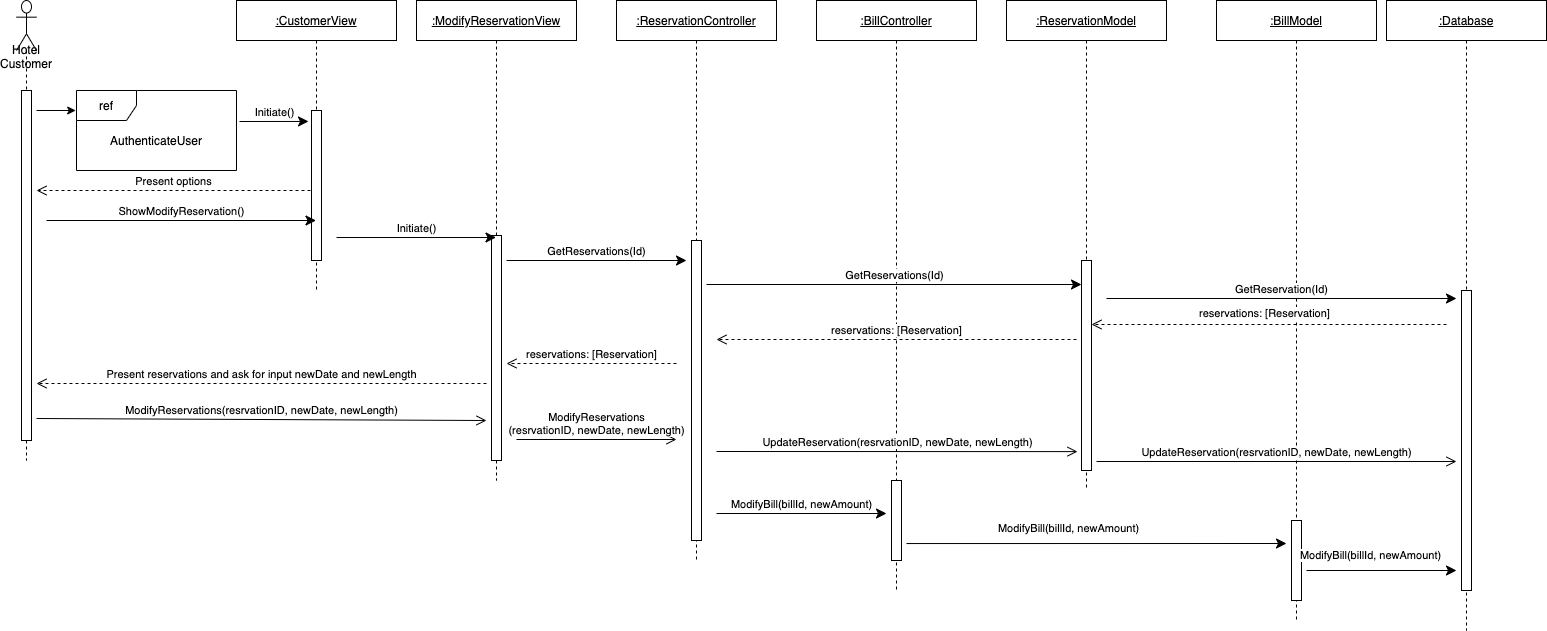
Before: Diagrams/Sequence/CustomerModifyReservation.png, a diagram exported from draw.io (mclhtay/CS4471). Source tidied: cells renumbered, new cells last; positions are measured from the earlier drawing's top-left corner, leaving out a move shared by most shapes.
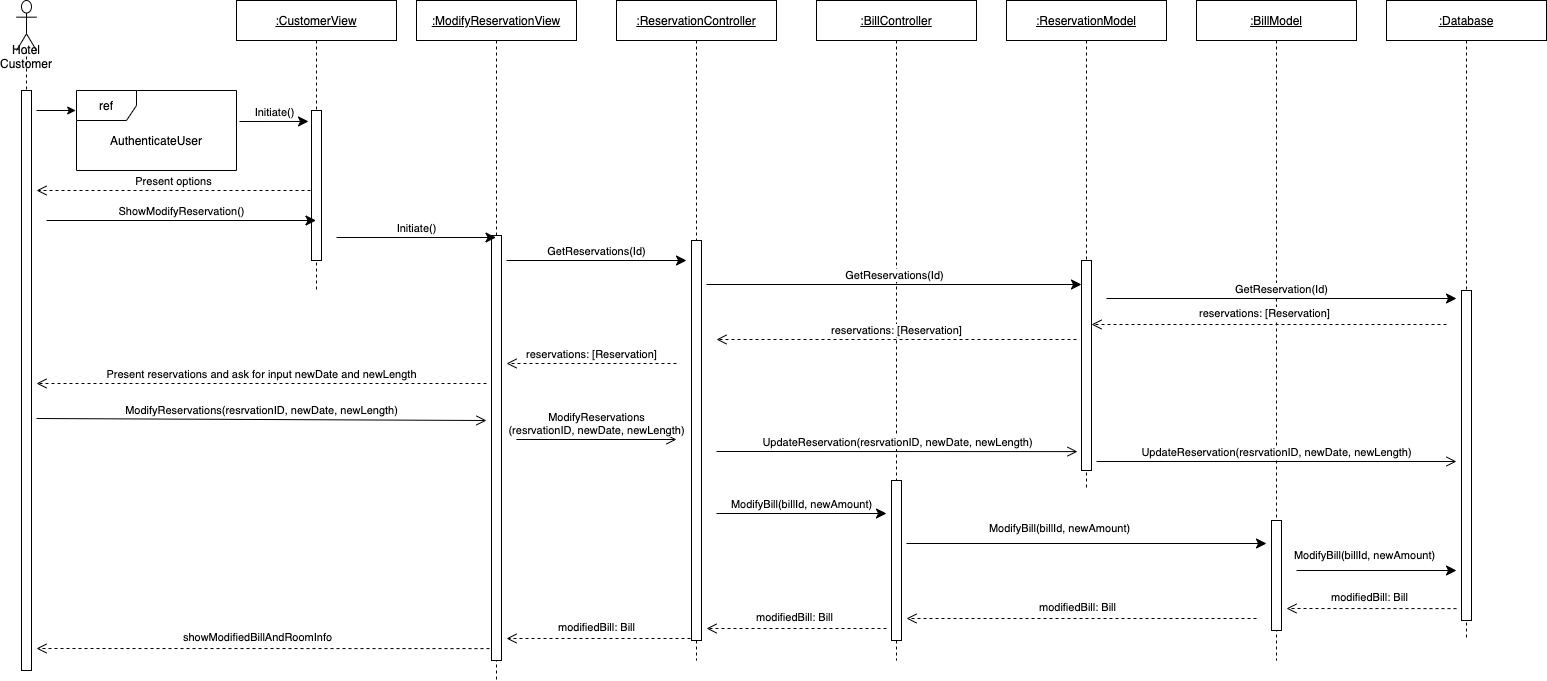
The same diagram one commit later.

Change to the diagram source:
```diff
@@ -3,28 +3,28 @@
     <mxCell id="0" />
     <mxCell id="1" parent="0" />
     <mxCell id="2" value="Hotel Customer" style="shape=umlLifeline;participant=umlActor;perimeter=lifelinePerimeter;whiteSpace=wrap;html=1;verticalAlign=top;spacingTop=36;size=50;" parent="1" vertex="1">
-      <mxGeometry width="20" height="460" as="geometry" />
+      <mxGeometry width="20" height="670" as="geometry" />
     </mxCell>
     <mxCell id="3" style="html=1;perimeter=orthogonalPerimeter;" parent="2" vertex="1">
-      <mxGeometry x="5" y="90" width="10" height="350" as="geometry" />
+      <mxGeometry x="5" y="90" width="10" height="580" as="geometry" />
     </mxCell>
     <mxCell id="4" value="&lt;u&gt;:ModifyReservationView&lt;/u&gt;" style="shape=umlLifeline;perimeter=lifelinePerimeter;whiteSpace=wrap;html=1;outlineConnect=0;" parent="1" vertex="1">
-      <mxGeometry x="400" width="160" height="480" as="geometry" />
+      <mxGeometry x="400" width="160" height="680" as="geometry" />
     </mxCell>
     <mxCell id="5" style="html=1;points=[];perimeter=orthogonalPerimeter;" parent="4" vertex="1">
-      <mxGeometry x="75" y="235" width="10" height="225" as="geometry" />
+      <mxGeometry x="75" y="235" width="10" height="425" as="geometry" />
     </mxCell>
     <mxCell id="6" value="&lt;u&gt;:BillController&lt;/u&gt;" style="shape=umlLifeline;perimeter=lifelinePerimeter;whiteSpace=wrap;html=1;" parent="1" vertex="1">
-      <mxGeometry x="800" width="160" height="590" as="geometry" />
+      <mxGeometry x="800" width="160" height="660" as="geometry" />
     </mxCell>
     <mxCell id="7" style="html=1;points=[];perimeter=orthogonalPerimeter;" parent="6" vertex="1">
-      <mxGeometry x="75" y="480" width="10" height="80" as="geometry" />
+      <mxGeometry x="75" y="480" width="10" height="160" as="geometry" />
     </mxCell>
     <mxCell id="8" value="&lt;u&gt;:Database&lt;/u&gt;" style="shape=umlLifeline;perimeter=lifelinePerimeter;whiteSpace=wrap;html=1;" parent="1" vertex="1">
-      <mxGeometry x="1370" width="160" height="630" as="geometry" />
+      <mxGeometry x="1370" width="160" height="640" as="geometry" />
     </mxCell>
     <mxCell id="9" style="html=1;points=[];perimeter=orthogonalPerimeter;" parent="8" vertex="1">
-      <mxGeometry x="75" y="290" width="10" height="300" as="geometry" />
+      <mxGeometry x="75" y="290" width="10" height="330" as="geometry" />
     </mxCell>
     <mxCell id="10" value="Initiate()" style="html=1;verticalAlign=bottom;endArrow=classic;endSize=8;endFill=1;entryX=-0.3;entryY=0.073;entryDx=0;entryDy=0;entryPerimeter=0;" parent="1" edge="1" target="12">
       <mxGeometry relative="1" as="geometry">
@@ -83,10 +83,10 @@
       </mxGeometry>
     </mxCell>
     <mxCell id="21" value="&lt;u&gt;:BillModel&lt;/u&gt;" style="shape=umlLifeline;perimeter=lifelinePerimeter;whiteSpace=wrap;html=1;" parent="1" vertex="1">
-      <mxGeometry x="1200" width="160" height="620" as="geometry" />
+      <mxGeometry x="1180" width="160" height="660" as="geometry" />
     </mxCell>
     <mxCell id="22" style="html=1;perimeter=orthogonalPerimeter;" parent="21" vertex="1">
-      <mxGeometry x="75" y="520" width="10" height="80" as="geometry" />
+      <mxGeometry x="75" y="520" width="10" height="110" as="geometry" />
     </mxCell>
     <mxCell id="23" value="reservations: [Reservation]" style="html=1;verticalAlign=bottom;endArrow=open;dashed=1;endSize=8;" parent="1" edge="1" target="27">
       <mxGeometry x="0.03" y="-2" relative="1" as="geometry">
@@ -94,10 +94,10 @@
       </mxGeometry>
     </mxCell>
     <mxCell id="24" value="&lt;u&gt;:ReservationController&lt;/u&gt;" style="shape=umlLifeline;perimeter=lifelinePerimeter;whiteSpace=wrap;html=1;" parent="1" vertex="1">
-      <mxGeometry x="600" width="160" height="560" as="geometry" />
+      <mxGeometry x="600" width="160" height="660" as="geometry" />
     </mxCell>
     <mxCell id="25" style="html=1;points=[];perimeter=orthogonalPerimeter;" parent="24" vertex="1">
-      <mxGeometry x="75" y="240" width="10" height="300" as="geometry" />
+      <mxGeometry x="75" y="240" width="10" height="400" as="geometry" />
     </mxCell>
     <mxCell id="26" value="&lt;u&gt;:ReservationModel&lt;/u&gt;" style="shape=umlLifeline;perimeter=lifelinePerimeter;whiteSpace=wrap;html=1;" parent="1" vertex="1">
       <mxGeometry x="990" width="160" height="490" as="geometry" />
@@ -110,9 +110,10 @@
         <mxPoint x="690" y="284" as="sourcePoint" />
       </mxGeometry>
     </mxCell>
-    <mxCell id="29" value="ModifyBill(billId, newAmount)" style="html=1;verticalAlign=bottom;endArrow=classic;endSize=8;endFill=1;exitX=1.5;exitY=0.788;exitDx=0;exitDy=0;exitPerimeter=0;" parent="1" edge="1" source="7">
+    <mxCell id="29" value="ModifyBill(billId, newAmount)" style="html=1;verticalAlign=bottom;endArrow=classic;endSize=8;endFill=1;" parent="1" edge="1">
       <mxGeometry x="-0.15" y="6" relative="1" as="geometry">
-        <mxPoint x="1270" y="543" as="targetPoint" />
+        <mxPoint x="890" y="543" as="sourcePoint" />
+        <mxPoint x="1250" y="543" as="targetPoint" />
       </mxGeometry>
     </mxCell>
     <mxCell id="30" value="ref" style="shape=umlFrame;whiteSpace=wrap;html=1;" parent="1" vertex="1">
@@ -158,9 +159,36 @@
     </mxCell>
     <mxCell id="38" value="ModifyBill(billId, newAmount)" style="html=1;verticalAlign=bottom;endArrow=classic;endSize=8;endFill=1;" parent="1" edge="1">
       <mxGeometry x="-0.15" y="6" relative="1" as="geometry">
-        <mxPoint x="1290" y="570" as="sourcePoint" />
+        <mxPoint x="1280" y="570" as="sourcePoint" />
         <mxPoint x="1440" y="570" as="targetPoint" />
       </mxGeometry>
     </mxCell>
+    <mxCell id="39" value="modifiedBill: Bill" style="html=1;verticalAlign=bottom;endArrow=open;dashed=1;endSize=8;exitX=-0.5;exitY=0.964;exitDx=0;exitDy=0;exitPerimeter=0;" parent="1" edge="1" source="9">
+      <mxGeometry x="0.03" y="-2" relative="1" as="geometry">
+        <mxPoint x="1270" y="608" as="targetPoint" />
+      </mxGeometry>
+    </mxCell>
+    <mxCell id="40" value="modifiedBill: Bill" style="html=1;verticalAlign=bottom;endArrow=open;dashed=1;endSize=8;" parent="1" edge="1">
+      <mxGeometry x="0.03" y="-2" relative="1" as="geometry">
+        <mxPoint x="1240" y="618" as="sourcePoint" />
+        <mxPoint x="890" y="618" as="targetPoint" />
+      </mxGeometry>
+    </mxCell>
+    <mxCell id="41" value="modifiedBill: Bill" style="html=1;verticalAlign=bottom;endArrow=open;dashed=1;endSize=8;" parent="1" edge="1">
+      <mxGeometry x="0.03" y="-2" relative="1" as="geometry">
+        <mxPoint x="870" y="628" as="sourcePoint" />
+        <mxPoint x="690" y="628" as="targetPoint" />
+      </mxGeometry>
+    </mxCell>
+    <mxCell id="42" value="modifiedBill: Bill" style="html=1;verticalAlign=bottom;endArrow=open;dashed=1;endSize=8;exitX=-0.1;exitY=0.995;exitDx=0;exitDy=0;exitPerimeter=0;" parent="1" edge="1" source="25">
+      <mxGeometry x="0.03" y="-2" relative="1" as="geometry">
+        <mxPoint x="490" y="638" as="targetPoint" />
+      </mxGeometry>
+    </mxCell>
+    <mxCell id="43" value="showModifiedBillAndRoomInfo" style="html=1;verticalAlign=bottom;endArrow=open;dashed=1;endSize=8;exitX=-0.2;exitY=0.972;exitDx=0;exitDy=0;exitPerimeter=0;" parent="1" edge="1" source="5">
+      <mxGeometry x="0.03" y="-2" relative="1" as="geometry">
+        <mxPoint x="20" y="648" as="targetPoint" />
+      </mxGeometry>
+    </mxCell>
   </root>
 </mxGraphModel>
```
